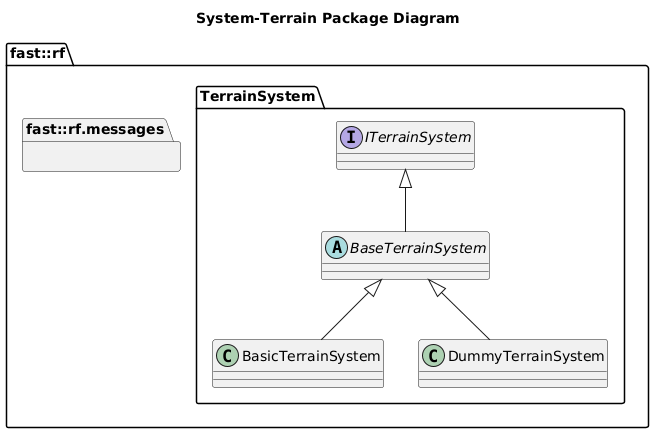
The PlantUML diagram Systems/Terrain/doc/puml/SystemTerrainPackageDiagram.png in fastrobotics/robot_framework, before a commit.
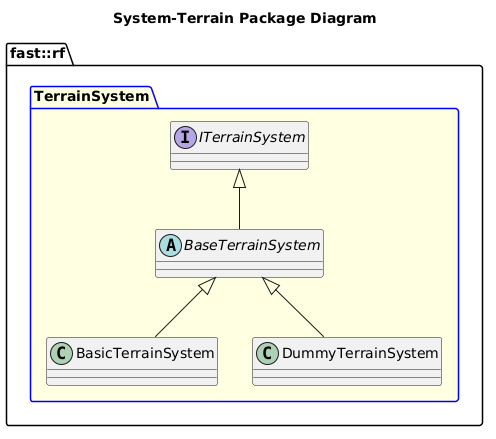
After the commit.

The edit, as a diff of the source:
```diff
@@ -2,8 +2,7 @@
 title System-Terrain Package Diagram
 
 namespace fast::rf {
-  namespace messages  {}
-  namespace TerrainSystem {
+  package TerrainSystem #LightYellow;line:blue {
     interface ITerrainSystem {
     }
     abstract BaseTerrainSystem {
```
